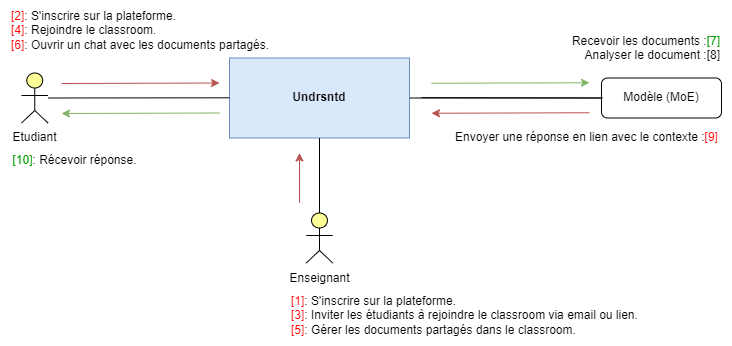
This is docs/images/chp3/fig1.png from undrstnd-labs/education, a draw.io export, as it was before one commit. Source tidied: cells renumbered, new cells last; positions are measured from the earlier drawing's top-left corner, leaving out a move shared by most shapes. Source of this version:
```xml
<mxGraphModel>
  <root>
    <mxCell id="0" />
    <mxCell id="1" parent="0" />
    <mxCell id="2" style="html=1;outlineConnect=0;whiteSpace=wrap;fillColor=#ffff99;verticalLabelPosition=bottom;verticalAlign=top;align=center;shape=mxgraph.archimate3.actor;" parent="1" vertex="1">
      <mxGeometry x="22" y="73.5" width="26.5" height="50" as="geometry" />
    </mxCell>
    <mxCell id="3" value="Etudiant" style="text;html=1;align=center;verticalAlign=middle;strokeColor=none;fillColor=none;" parent="1" vertex="1">
      <mxGeometry x="0.2" y="123.5" width="70" height="30" as="geometry" />
    </mxCell>
    <mxCell id="4" style="html=1;outlineConnect=0;whiteSpace=wrap;fillColor=#ffff99;verticalLabelPosition=bottom;verticalAlign=top;align=center;shape=mxgraph.archimate3.actor;" parent="1" vertex="1">
      <mxGeometry x="306.8" y="213.5" width="26.5" height="50" as="geometry" />
    </mxCell>
    <mxCell id="5" value="Enseignant" style="text;html=1;align=center;verticalAlign=middle;strokeColor=none;fillColor=none;" parent="1" vertex="1">
      <mxGeometry x="280" y="263.5" width="80" height="30" as="geometry" />
    </mxCell>
    <mxCell id="6" value="&lt;b&gt;Undrsntd&lt;/b&gt;" style="rounded=0;whiteSpace=wrap;html=1;fillColor=#dae8fc;strokeColor=#6c8ebf;" parent="1" vertex="1">
      <mxGeometry x="230" y="58.5" width="180" height="80" as="geometry" />
    </mxCell>
    <mxCell id="7" value="Modèle (MoE)" style="rounded=1;whiteSpace=wrap;html=1;" parent="1" vertex="1">
      <mxGeometry x="602" y="78.5" width="120" height="40" as="geometry" />
    </mxCell>
    <mxCell id="8" style="endArrow=none;html=1;rounded=0;entryX=0;entryY=0.5;entryDx=0;entryDy=0;exitX=1;exitY=0.5;exitDx=0;exitDy=0;" parent="1" edge="1" source="6" target="7">
      <mxGeometry relative="1" as="geometry" />
    </mxCell>
    <mxCell id="9" style="endArrow=none;html=1;rounded=0;entryX=0;entryY=0.5;entryDx=0;entryDy=0;" parent="1" edge="1" source="2">
      <mxGeometry relative="1" as="geometry">
        <mxPoint x="230" y="98.3" as="targetPoint" />
      </mxGeometry>
    </mxCell>
    <mxCell id="10" style="endArrow=none;html=1;rounded=0;entryX=0.5;entryY=1;entryDx=0;entryDy=0;exitX=0.5;exitY=0;exitDx=0;exitDy=0;exitPerimeter=0;" parent="1" edge="1" source="4" target="6">
      <mxGeometry relative="1" as="geometry" />
    </mxCell>
    <mxCell id="11" style="endArrow=classic;html=1;rounded=0;fillColor=#f8cecc;strokeColor=#b85450;" parent="1" edge="1">
      <mxGeometry relative="1" as="geometry">
        <mxPoint x="62" y="84" as="sourcePoint" />
        <mxPoint x="220" y="83.5" as="targetPoint" />
      </mxGeometry>
    </mxCell>
    <mxCell id="12" style="endArrow=classic;html=1;rounded=0;fillColor=#d5e8d4;strokeColor=#82b366;" parent="1" edge="1">
      <mxGeometry relative="1" as="geometry">
        <mxPoint x="220" y="113.5" as="sourcePoint" />
        <mxPoint x="62" y="114" as="targetPoint" />
      </mxGeometry>
    </mxCell>
    <mxCell id="13" style="endArrow=classic;html=1;rounded=0;fillColor=#f8cecc;strokeColor=#b85450;" parent="1" edge="1">
      <mxGeometry relative="1" as="geometry">
        <mxPoint x="300" y="203.5" as="sourcePoint" />
        <mxPoint x="300" y="153.5" as="targetPoint" />
      </mxGeometry>
    </mxCell>
    <mxCell id="14" value="&lt;font color=&quot;#ff0000&quot;&gt;[1]&lt;/font&gt;:&amp;nbsp;S'inscrire sur la plateforme.&lt;br&gt;&lt;font color=&quot;#ff0000&quot;&gt;[3]&lt;/font&gt;: Inviter les étudiants à rejoindre le classroom via email ou lien.&lt;br&gt;&lt;font color=&quot;#ff0000&quot;&gt;[5]&lt;/font&gt;: Gérer les documents partagés dans le classroom." style="text;html=1;align=left;verticalAlign=middle;strokeColor=none;fillColor=none;" parent="1" vertex="1">
      <mxGeometry x="290" y="286" width="370" height="60" as="geometry" />
    </mxCell>
    <mxCell id="15" value="&lt;font color=&quot;#ff0000&quot;&gt;[2]&lt;/font&gt;:&amp;nbsp;S'inscrire sur la plateforme.&lt;br&gt;&lt;font color=&quot;#ff0000&quot;&gt;[4]&lt;/font&gt;: Rejoindre le classroom.&lt;br&gt;&lt;font color=&quot;#ff0000&quot;&gt;[6]&lt;/font&gt;: Ouvrir un chat avec les documents partagés." style="text;html=1;align=left;verticalAlign=middle;strokeColor=none;fillColor=none;" parent="1" vertex="1">
      <mxGeometry x="10" y="0.5" width="280" height="60" as="geometry" />
    </mxCell>
    <mxCell id="16" value="Recevoir les documents :&lt;font color=&quot;#009900&quot;&gt;[7]&lt;/font&gt;&lt;br&gt;Analyser le document :[8]&lt;br&gt;&lt;div style=&quot;&quot;&gt;&lt;br&gt;&lt;/div&gt;" style="text;html=1;align=right;verticalAlign=middle;strokeColor=none;fillColor=none;" parent="1" vertex="1">
      <mxGeometry x="552" y="26" width="170" height="60" as="geometry" />
    </mxCell>
    <mxCell id="17" style="endArrow=none;html=1;rounded=0;entryX=0;entryY=0.5;entryDx=0;entryDy=0;" parent="1" edge="1">
      <mxGeometry relative="1" as="geometry">
        <mxPoint x="422" y="98.2" as="sourcePoint" />
        <mxPoint x="603" y="98.5" as="targetPoint" />
      </mxGeometry>
    </mxCell>
    <mxCell id="18" style="endArrow=classic;html=1;rounded=0;fillColor=#d5e8d4;strokeColor=#82b366;" parent="1" edge="1">
      <mxGeometry relative="1" as="geometry">
        <mxPoint x="432" y="83.8" as="sourcePoint" />
        <mxPoint x="590" y="83.2" as="targetPoint" />
      </mxGeometry>
    </mxCell>
    <mxCell id="19" style="endArrow=classic;html=1;rounded=0;fillColor=#f8cecc;strokeColor=#b85450;" parent="1" edge="1">
      <mxGeometry relative="1" as="geometry">
        <mxPoint x="590" y="113.2" as="sourcePoint" />
        <mxPoint x="432" y="113.8" as="targetPoint" />
      </mxGeometry>
    </mxCell>
    <mxCell id="20" value="&lt;font style=&quot;border-color: var(--border-color); text-align: left;&quot; color=&quot;#009900&quot;&gt;[10]&lt;/font&gt;: Récevoir réponse." style="text;html=1;align=center;verticalAlign=middle;strokeColor=none;fillColor=none;" parent="1" vertex="1">
      <mxGeometry x="0.2" y="146" width="150" height="30" as="geometry" />
    </mxCell>
    <mxCell id="21" value="Envoyer une réponse en lien avec le contexte :&lt;font style=&quot;border-color: var(--border-color); text-align: right;&quot; color=&quot;#ff0000&quot;&gt;[9]&lt;/font&gt;" style="text;html=1;align=center;verticalAlign=middle;strokeColor=none;fillColor=none;" parent="1" vertex="1">
      <mxGeometry x="442" y="123.5" width="290" height="30" as="geometry" />
    </mxCell>
  </root>
</mxGraphModel>
```
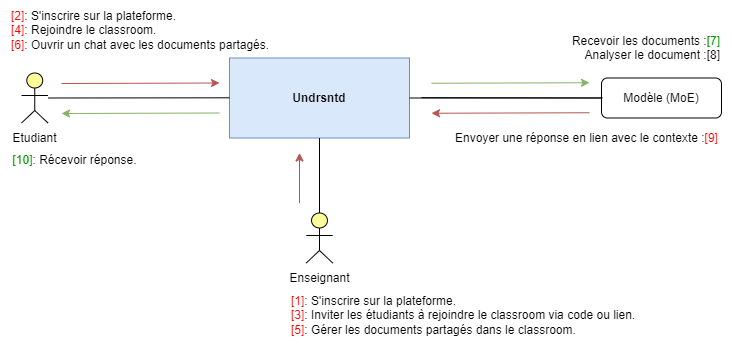
The same file after the commit.

Diff of the diagram source:
```diff
@@ -49,7 +49,7 @@
         <mxPoint x="300" y="153.5" as="targetPoint" />
       </mxGeometry>
     </mxCell>
-    <mxCell id="14" value="&lt;font color=&quot;#ff0000&quot;&gt;[1]&lt;/font&gt;:&amp;nbsp;S'inscrire sur la plateforme.&lt;br&gt;&lt;font color=&quot;#ff0000&quot;&gt;[3]&lt;/font&gt;: Inviter les étudiants à rejoindre le classroom via email ou lien.&lt;br&gt;&lt;font color=&quot;#ff0000&quot;&gt;[5]&lt;/font&gt;: Gérer les documents partagés dans le classroom." style="text;html=1;align=left;verticalAlign=middle;strokeColor=none;fillColor=none;" parent="1" vertex="1">
+    <mxCell id="14" value="&lt;font color=&quot;#ff0000&quot;&gt;[1]&lt;/font&gt;:&amp;nbsp;S'inscrire sur la plateforme.&lt;br&gt;&lt;font color=&quot;#ff0000&quot;&gt;[3]&lt;/font&gt;: Inviter les étudiants à rejoindre le classroom via code ou lien.&lt;br&gt;&lt;font color=&quot;#ff0000&quot;&gt;[5]&lt;/font&gt;: Gérer les documents partagés dans le classroom." style="text;html=1;align=left;verticalAlign=middle;strokeColor=none;fillColor=none;" parent="1" vertex="1">
       <mxGeometry x="290" y="286" width="370" height="60" as="geometry" />
     </mxCell>
     <mxCell id="15" value="&lt;font color=&quot;#ff0000&quot;&gt;[2]&lt;/font&gt;:&amp;nbsp;S'inscrire sur la plateforme.&lt;br&gt;&lt;font color=&quot;#ff0000&quot;&gt;[4]&lt;/font&gt;: Rejoindre le classroom.&lt;br&gt;&lt;font color=&quot;#ff0000&quot;&gt;[6]&lt;/font&gt;: Ouvrir un chat avec les documents partagés." style="text;html=1;align=left;verticalAlign=middle;strokeColor=none;fillColor=none;" parent="1" vertex="1">
```
